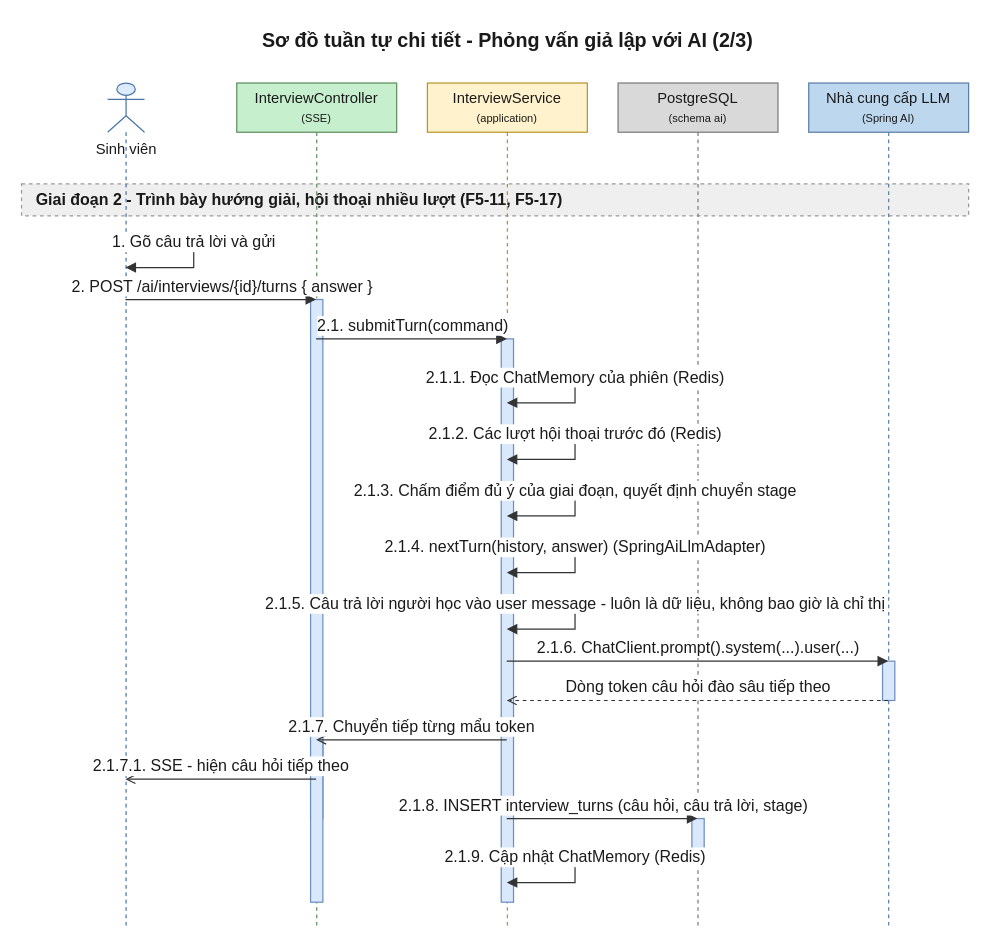
Earlier version of the draw.io diagram 08-diagram/sequence/user/sequence_user_phong_van_gia_lap_ai_p2.drawio (daiphu1801/PRJ_ALGOPREP). Source tidied: cells renumbered, new cells numbered last; positions are measured from the earlier drawing's top-left corner, leaving out a move shared by most shapes. Both pictures are drawn from the tidied source at 123%, with x=0, y=0 at pixel (21, 21).
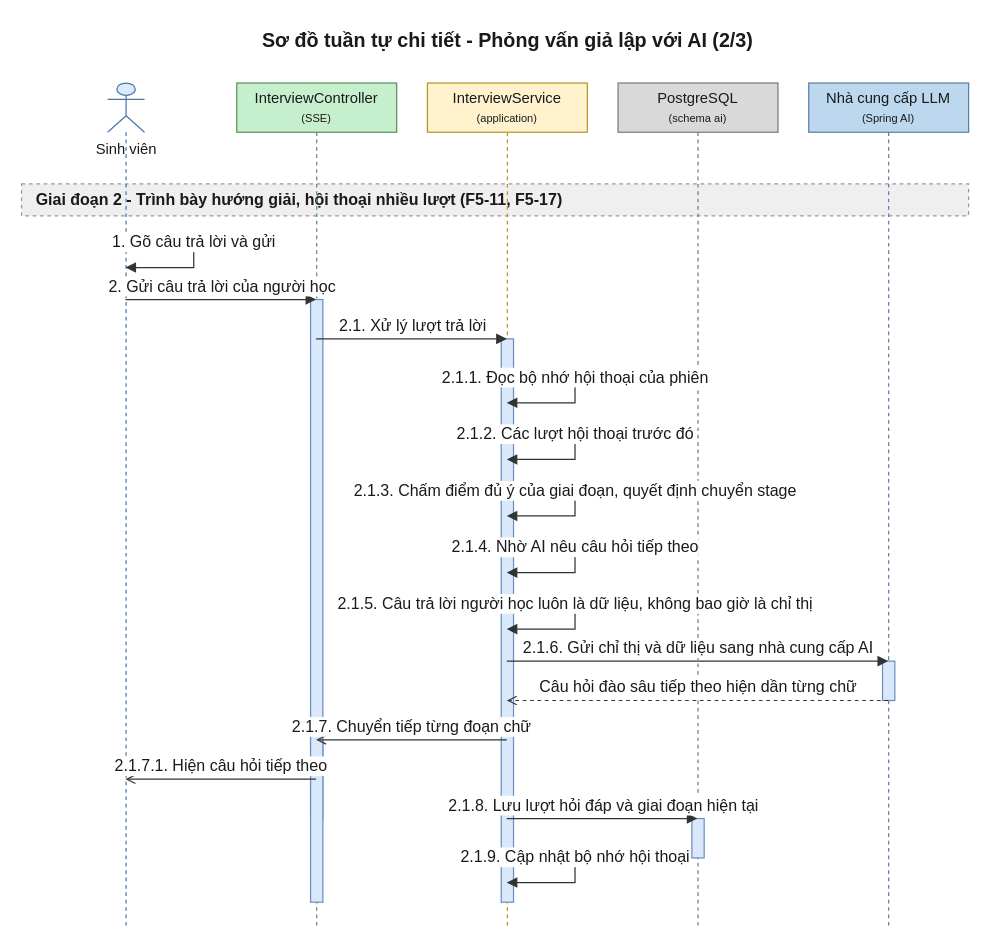
After the change.

The change refers to these unchanged cells:
```xml
<mxCell id="4" value="Sinh viên" style="shape=umlLifeline;participant=umlActor;perimeter=lifelinePerimeter;html=1;outlineConnect=0;size=40;verticalAlign=top;spacingTop=40;fillColor=#DCEBFC;strokeColor=#4A76A8;fontColor=#1A1A1A;" parent="1" vertex="1">
  <mxGeometry x="70" y="50" width="30" height="686" as="geometry" />
</mxCell>
<mxCell id="5" value="InterviewController&lt;br&gt;&lt;font style=&quot;font-size:9px&quot;&gt;(SSE)&lt;/font&gt;" style="shape=umlLifeline;perimeter=lifelinePerimeter;whiteSpace=wrap;html=1;outlineConnect=0;size=40;fillColor=#C6EFCE;strokeColor=#5E8E5E;fontColor=#1A1A1A;" parent="1" vertex="1">
  <mxGeometry x="175" y="50" width="130" height="686" as="geometry" />
</mxCell>
<mxCell id="6" value="InterviewService&lt;br&gt;&lt;font style=&quot;font-size:9px&quot;&gt;(application)&lt;/font&gt;" style="shape=umlLifeline;perimeter=lifelinePerimeter;whiteSpace=wrap;html=1;outlineConnect=0;size=40;fillColor=#FFF2CC;strokeColor=#B8952A;fontColor=#1A1A1A;" parent="1" vertex="1">
  <mxGeometry x="330" y="50" width="130" height="686" as="geometry" />
</mxCell>
<mxCell id="7" value="PostgreSQL&lt;br&gt;&lt;font style=&quot;font-size:9px&quot;&gt;(schema ai)&lt;/font&gt;" style="shape=umlLifeline;perimeter=lifelinePerimeter;whiteSpace=wrap;html=1;outlineConnect=0;size=40;fillColor=#D9D9D9;strokeColor=#7A7A7A;fontColor=#1A1A1A;" parent="1" vertex="1">
  <mxGeometry x="485" y="50" width="130" height="686" as="geometry" />
</mxCell>
<mxCell id="8" value="Nhà cung cấp LLM&lt;br&gt;&lt;font style=&quot;font-size:9px&quot;&gt;(Spring AI)&lt;/font&gt;" style="shape=umlLifeline;perimeter=lifelinePerimeter;whiteSpace=wrap;html=1;outlineConnect=0;size=40;fillColor=#BDD7EE;strokeColor=#5A7FA6;fontColor=#1A1A1A;" parent="1" vertex="1">
  <mxGeometry x="640" y="50" width="130" height="686" as="geometry" />
</mxCell>
```

What changed in the source:
```diff
@@
-    <mxCell id="15" value="2. POST /ai/interviews/{id}/turns { answer }" style="edgeStyle=none;html=1;endArrow=block;endFill=1;strokeColor=#333333;fontColor=#1A1A1A;fontSize=13;verticalAlign=bottom;exitX=0.5;exitY=0.2566;exitDx=0;exitDy=0;entryX=0.5;entryY=0.2566;entryDx=0;entryDy=0;" parent="1" edge="1" source="4" target="5">
+    <mxCell id="15" value="2. Gửi câu trả lời của người học" style="edgeStyle=none;html=1;endArrow=block;endFill=1;strokeColor=#333333;fontColor=#1A1A1A;fontSize=13;verticalAlign=bottom;exitX=0.5;exitY=0.2566;exitDx=0;exitDy=0;entryX=0.5;entryY=0.2566;entryDx=0;entryDy=0;" parent="1" edge="1" source="4" target="5">
       <mxGeometry relative="1" as="geometry" />
     </mxCell>
-    <mxCell id="16" value="2.1. submitTurn(command)" style="edgeStyle=none;html=1;endArrow=block;endFill=1;strokeColor=#333333;fontColor=#1A1A1A;fontSize=13;verticalAlign=bottom;exitX=0.5;exitY=0.3032;exitDx=0;exitDy=0;entryX=0.5;entryY=0.3032;entryDx=0;entryDy=0;" parent="1" edge="1" source="5" target="6">
+    <mxCell id="16" value="2.1. Xử lý lượt trả lời" style="edgeStyle=none;html=1;endArrow=block;endFill=1;strokeColor=#333333;fontColor=#1A1A1A;fontSize=13;verticalAlign=bottom;exitX=0.5;exitY=0.3032;exitDx=0;exitDy=0;entryX=0.5;entryY=0.3032;entryDx=0;entryDy=0;" parent="1" edge="1" source="5" target="6">
       <mxGeometry relative="1" as="geometry" />
     </mxCell>
-    <mxCell id="17" value="2.1.1. Đọc ChatMemory của phiên (Redis)" style="edgeStyle=orthogonalEdgeStyle;rounded=0;html=1;endArrow=block;endFill=1;strokeColor=#333333;fontColor=#1A1A1A;fontSize=13;verticalAlign=bottom;exitX=0.5;exitY=0.3499;exitDx=0;exitDy=0;entryX=0.5;entryY=0.3790;entryDx=0;entryDy=0;" parent="1" edge="1" source="6" target="6">
+    <mxCell id="17" value="2.1.1. Đọc bộ nhớ hội thoại của phiên" style="edgeStyle=orthogonalEdgeStyle;rounded=0;html=1;endArrow=block;endFill=1;strokeColor=#333333;fontColor=#1A1A1A;fontSize=13;verticalAlign=bottom;exitX=0.5;exitY=0.3499;exitDx=0;exitDy=0;entryX=0.5;entryY=0.3790;entryDx=0;entryDy=0;" parent="1" edge="1" source="6" target="6">
       <mxGeometry relative="1" as="geometry">
         <Array as="points">
           <mxPoint x="450" y="290" />
           <mxPoint x="450" y="310" />
         </Array>
       </mxGeometry>
     </mxCell>
-    <mxCell id="18" value="2.1.2. Các lượt hội thoại trước đó (Redis)" style="edgeStyle=orthogonalEdgeStyle;rounded=0;html=1;endArrow=block;endFill=1;strokeColor=#333333;fontColor=#1A1A1A;fontSize=13;verticalAlign=bottom;exitX=0.5;exitY=0.4169;exitDx=0;exitDy=0;entryX=0.5;entryY=0.4461;entryDx=0;entryDy=0;" parent="1" edge="1" source="6" target="6">
+    <mxCell id="18" value="2.1.2. Các lượt hội thoại trước đó" style="edgeStyle=orthogonalEdgeStyle;rounded=0;html=1;endArrow=block;endFill=1;strokeColor=#333333;fontColor=#1A1A1A;fontSize=13;verticalAlign=bottom;exitX=0.5;exitY=0.4169;exitDx=0;exitDy=0;entryX=0.5;entryY=0.4461;entryDx=0;entryDy=0;" parent="1" edge="1" source="6" target="6">
       <mxGeometry relative="1" as="geometry">
         <Array as="points">
           <mxPoint x="450" y="336" />
           <mxPoint x="450" y="356" />
         </Array>
       </mxGeometry>
     </mxCell>
@@
-    <mxCell id="20" value="2.1.4. nextTurn(history, answer) (SpringAiLlmAdapter)" style="edgeStyle=orthogonalEdgeStyle;rounded=0;html=1;endArrow=block;endFill=1;strokeColor=#333333;fontColor=#1A1A1A;fontSize=13;verticalAlign=bottom;exitX=0.5;exitY=0.5510;exitDx=0;exitDy=0;entryX=0.5;entryY=0.5802;entryDx=0;entryDy=0;" parent="1" edge="1" source="6" target="6">
+    <mxCell id="20" value="2.1.4. Nhờ AI nêu câu hỏi tiếp theo" style="edgeStyle=orthogonalEdgeStyle;rounded=0;html=1;endArrow=block;endFill=1;strokeColor=#333333;fontColor=#1A1A1A;fontSize=13;verticalAlign=bottom;exitX=0.5;exitY=0.5510;exitDx=0;exitDy=0;entryX=0.5;entryY=0.5802;entryDx=0;entryDy=0;" parent="1" edge="1" source="6" target="6">
       <mxGeometry relative="1" as="geometry">
         <Array as="points">
           <mxPoint x="450" y="428" />
           <mxPoint x="450" y="448" />
         </Array>
       </mxGeometry>
     </mxCell>
-    <mxCell id="21" value="2.1.5. Câu trả lời người học vào user message - luôn là dữ liệu, không bao giờ là chỉ thị" style="edgeStyle=orthogonalEdgeStyle;rounded=0;html=1;endArrow=block;endFill=1;strokeColor=#333333;fontColor=#1A1A1A;fontSize=13;verticalAlign=bottom;exitX=0.5;exitY=0.6181;exitDx=0;exitDy=0;entryX=0.5;entryY=0.6472;entryDx=0;entryDy=0;" parent="1" edge="1" source="6" target="6">
+    <mxCell id="21" value="2.1.5. Câu trả lời người học luôn là dữ liệu, không bao giờ là chỉ thị" style="edgeStyle=orthogonalEdgeStyle;rounded=0;html=1;endArrow=block;endFill=1;strokeColor=#333333;fontColor=#1A1A1A;fontSize=13;verticalAlign=bottom;exitX=0.5;exitY=0.6181;exitDx=0;exitDy=0;entryX=0.5;entryY=0.6472;entryDx=0;entryDy=0;" parent="1" edge="1" source="6" target="6">
       <mxGeometry relative="1" as="geometry">
         <Array as="points">
           <mxPoint x="450" y="474" />
           <mxPoint x="450" y="494" />
         </Array>
       </mxGeometry>
     </mxCell>
-    <mxCell id="22" value="2.1.6. ChatClient.prompt().system(...).user(...)" style="edgeStyle=none;html=1;endArrow=block;endFill=1;strokeColor=#333333;fontColor=#1A1A1A;fontSize=13;verticalAlign=bottom;exitX=0.5;exitY=0.6851;exitDx=0;exitDy=0;entryX=0.5;entryY=0.6851;entryDx=0;entryDy=0;" parent="1" edge="1" source="6" target="8">
+    <mxCell id="22" value="2.1.6. Gửi chỉ thị và dữ liệu sang nhà cung cấp AI" style="edgeStyle=none;html=1;endArrow=block;endFill=1;strokeColor=#333333;fontColor=#1A1A1A;fontSize=13;verticalAlign=bottom;exitX=0.5;exitY=0.6851;exitDx=0;exitDy=0;entryX=0.5;entryY=0.6851;entryDx=0;entryDy=0;" parent="1" edge="1" source="6" target="8">
       <mxGeometry relative="1" as="geometry" />
     </mxCell>
-    <mxCell id="23" value="Dòng token câu hỏi đào sâu tiếp theo" style="edgeStyle=none;html=1;endArrow=open;endFill=0;dashed=1;strokeColor=#333333;fontColor=#1A1A1A;fontSize=13;verticalAlign=bottom;exitX=0.5;exitY=0.7318;exitDx=0;exitDy=0;entryX=0.5;entryY=0.7318;entryDx=0;entryDy=0;" parent="1" edge="1" source="8" target="6">
+    <mxCell id="23" value="Câu hỏi đào sâu tiếp theo hiện dần từng chữ" style="edgeStyle=none;html=1;endArrow=open;endFill=0;dashed=1;strokeColor=#333333;fontColor=#1A1A1A;fontSize=13;verticalAlign=bottom;exitX=0.5;exitY=0.7318;exitDx=0;exitDy=0;entryX=0.5;entryY=0.7318;entryDx=0;entryDy=0;" parent="1" edge="1" source="8" target="6">
       <mxGeometry relative="1" as="geometry" />
     </mxCell>
-    <mxCell id="24" value="2.1.7. Chuyển tiếp từng mẩu token" style="edgeStyle=none;html=1;endArrow=open;endFill=0;strokeColor=#333333;fontColor=#1A1A1A;fontSize=13;verticalAlign=bottom;exitX=0.5;exitY=0.7784;exitDx=0;exitDy=0;entryX=0.5;entryY=0.7784;entryDx=0;entryDy=0;" parent="1" edge="1" source="6" target="5">
+    <mxCell id="24" value="2.1.7. Chuyển tiếp từng đoạn chữ" style="edgeStyle=none;html=1;endArrow=open;endFill=0;strokeColor=#333333;fontColor=#1A1A1A;fontSize=13;verticalAlign=bottom;exitX=0.5;exitY=0.7784;exitDx=0;exitDy=0;entryX=0.5;entryY=0.7784;entryDx=0;entryDy=0;" parent="1" edge="1" source="6" target="5">
       <mxGeometry relative="1" as="geometry" />
     </mxCell>
-    <mxCell id="25" value="2.1.7.1. SSE - hiện câu hỏi tiếp theo" style="edgeStyle=none;html=1;endArrow=open;endFill=0;strokeColor=#333333;fontColor=#1A1A1A;fontSize=13;verticalAlign=bottom;exitX=0.5;exitY=0.8251;exitDx=0;exitDy=0;entryX=0.5;entryY=0.8251;entryDx=0;entryDy=0;" parent="1" edge="1" source="5" target="4">
+    <mxCell id="25" value="2.1.7.1. Hiện câu hỏi tiếp theo" style="edgeStyle=none;html=1;endArrow=open;endFill=0;strokeColor=#333333;fontColor=#1A1A1A;fontSize=13;verticalAlign=bottom;exitX=0.5;exitY=0.8251;exitDx=0;exitDy=0;entryX=0.5;entryY=0.8251;entryDx=0;entryDy=0;" parent="1" edge="1" source="5" target="4">
       <mxGeometry relative="1" as="geometry" />
     </mxCell>
-    <mxCell id="26" value="2.1.8. INSERT interview_turns (câu hỏi, câu trả lời, stage)" style="edgeStyle=none;html=1;endArrow=block;endFill=1;strokeColor=#333333;fontColor=#1A1A1A;fontSize=13;verticalAlign=bottom;exitX=0.5;exitY=0.8717;exitDx=0;exitDy=0;entryX=0.5;entryY=0.8717;entryDx=0;entryDy=0;" parent="1" edge="1" source="6" target="7">
+    <mxCell id="26" value="2.1.8. Lưu lượt hỏi đáp và giai đoạn hiện tại" style="edgeStyle=none;html=1;endArrow=block;endFill=1;strokeColor=#333333;fontColor=#1A1A1A;fontSize=13;verticalAlign=bottom;exitX=0.5;exitY=0.8717;exitDx=0;exitDy=0;entryX=0.5;entryY=0.8717;entryDx=0;entryDy=0;" parent="1" edge="1" source="6" target="7">
       <mxGeometry relative="1" as="geometry" />
     </mxCell>
-    <mxCell id="27" value="2.1.9. Cập nhật ChatMemory (Redis)" style="edgeStyle=orthogonalEdgeStyle;rounded=0;html=1;endArrow=block;endFill=1;strokeColor=#333333;fontColor=#1A1A1A;fontSize=13;verticalAlign=bottom;exitX=0.5;exitY=0.9184;exitDx=0;exitDy=0;entryX=0.5;entryY=0.9475;entryDx=0;entryDy=0;" parent="1" edge="1" source="6" target="6">
+    <mxCell id="27" value="2.1.9. Cập nhật bộ nhớ hội thoại" style="edgeStyle=orthogonalEdgeStyle;rounded=0;html=1;endArrow=block;endFill=1;strokeColor=#333333;fontColor=#1A1A1A;fontSize=13;verticalAlign=bottom;exitX=0.5;exitY=0.9184;exitDx=0;exitDy=0;entryX=0.5;entryY=0.9475;entryDx=0;entryDy=0;" parent="1" edge="1" source="6" target="6">
       <mxGeometry relative="1" as="geometry">
         <Array as="points">
           <mxPoint x="450" y="680" />
           <mxPoint x="450" y="700" />
         </Array>
       </mxGeometry>
     </mxCell>
```
